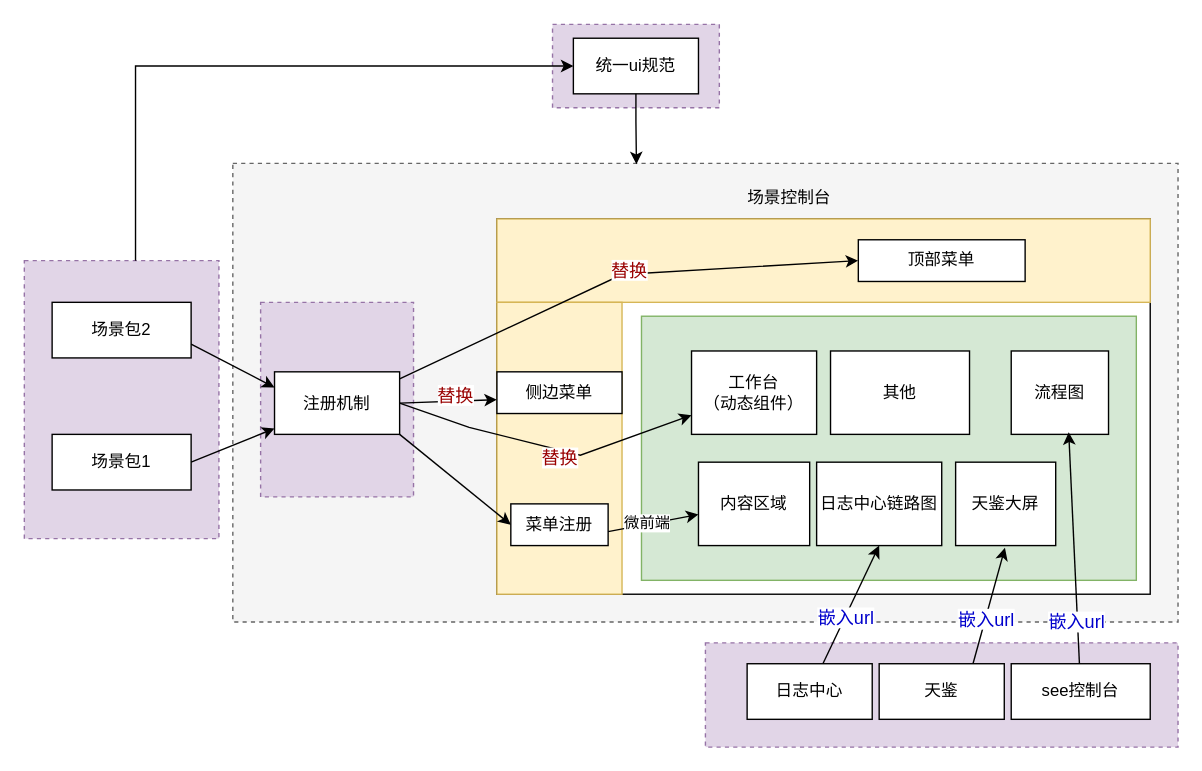
Before: 未命名绘图.drawio in HeyXml/draw.io, a draw.io diagram. Source tidied: cells renumbered, new cells numbered last; positions are measured from the earlier drawing's top-left corner, leaving out a move shared by most shapes. Both pictures are drawn from the tidied source at 139%, with x=0, y=0 at pixel (24, 24).
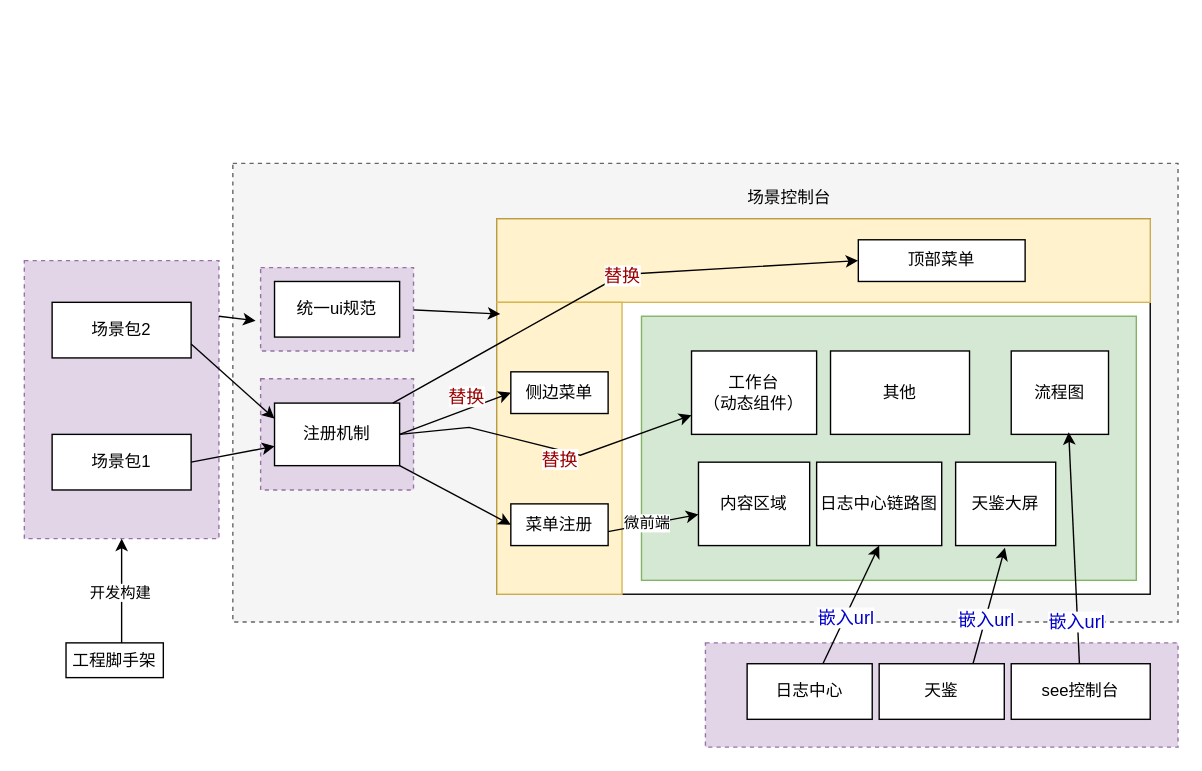
After the change.

Commit message:
更新未命名绘图.drawio

Unchanged cells that the change refers to:
```xml
<mxCell id="3" style="rounded=0;whiteSpace=wrap;html=1;fillColor=#f5f5f5;strokeColor=#666666;dashed=1;fontColor=#333333;" parent="1" vertex="1">
  <mxGeometry x="150" y="100" width="680" height="330" as="geometry" />
</mxCell>
<mxCell id="6" style="rounded=0;whiteSpace=wrap;html=1;fillColor=#e1d5e7;strokeColor=#9673a6;dashed=1;" parent="1" vertex="1">
  <mxGeometry y="170" width="140" height="200" as="geometry" />
</mxCell>
<mxCell id="8" style="rounded=0;whiteSpace=wrap;html=1;fillColor=#fff2cc;strokeColor=#d6b656;" parent="1" vertex="1">
  <mxGeometry x="340" y="140" width="470" height="60" as="geometry" />
</mxCell>
<mxCell id="9" style="rounded=0;whiteSpace=wrap;html=1;fillColor=#fff2cc;strokeColor=#d6b656;" parent="1" vertex="1">
  <mxGeometry x="340" y="200" width="90" height="210" as="geometry" />
</mxCell>
```

Diff of the diagram source:
```diff
@@
-    <mxCell id="2" style="rounded=0;whiteSpace=wrap;html=1;dashed=1;fillColor=#e1d5e7;strokeColor=#9673a6;" parent="1" vertex="1">
-      <mxGeometry x="380" width="120" height="60" as="geometry" />
-    </mxCell>
@@
     <mxCell id="5" style="rounded=0;whiteSpace=wrap;html=1;fillColor=#e1d5e7;strokeColor=#9673a6;dashed=1;" parent="1" vertex="1">
-      <mxGeometry x="170" y="200" width="110" height="140" as="geometry" />
+      <mxGeometry x="170" y="255" width="110" height="80" as="geometry" />
     </mxCell>
@@
     <mxCell id="11" value="侧边菜单" style="rounded=0;whiteSpace=wrap;html=1;" parent="1" vertex="1">
-      <mxGeometry x="340" y="250" width="90" height="30" as="geometry" />
+      <mxGeometry x="350" y="250" width="70" height="30" as="geometry" />
     </mxCell>
@@
     <mxCell id="14" value="注册机制" style="rounded=0;whiteSpace=wrap;html=1;" parent="1" vertex="1">
-      <mxGeometry x="180" y="250" width="90" height="45" as="geometry" />
+      <mxGeometry x="180" y="272.5" width="90" height="45" as="geometry" />
     </mxCell>
@@
-    <mxCell id="16" style="endArrow=classic;html=1;rounded=0;exitX=0.5;exitY=1;exitDx=0;exitDy=0;entryX=0.553;entryY=0.5;entryDx=0;entryDy=0;entryPerimeter=0;" parent="1" edge="1" target="8">
+    <mxCell id="16" style="endArrow=classic;html=1;rounded=0;entryX=0.553;entryY=0.5;entryDx=0;entryDy=0;entryPerimeter=0;" parent="1" edge="1" source="14" target="8">
       <mxGeometry relative="1" as="geometry">
-        <mxPoint x="270" y="255" as="sourcePoint" />
         <Array as="points">
           <mxPoint x="430" y="180" />
         </Array>
       </mxGeometry>
     </mxCell>
@@
-    <mxCell id="23" style="endArrow=classic;html=1;rounded=0;exitX=1;exitY=0.5;exitDx=0;exitDy=0;entryX=0.25;entryY=0;entryDx=0;entryDy=0;" parent="1" edge="1" source="14">
-      <mxGeometry relative="1" as="geometry">
-        <mxPoint x="340" y="270" as="targetPoint" />
-      </mxGeometry>
+    <mxCell id="23" style="endArrow=classic;html=1;rounded=0;exitX=1;exitY=0.5;exitDx=0;exitDy=0;entryX=0;entryY=0.5;entryDx=0;entryDy=0;" parent="1" edge="1" source="14" target="11">
+      <mxGeometry relative="1" as="geometry" />
     </mxCell>
@@
-    <mxCell id="44" value="统一ui规范" style="rounded=0;whiteSpace=wrap;html=1;" parent="1" vertex="1">
-      <mxGeometry x="395" y="10" width="90" height="40" as="geometry" />
-    </mxCell>
-    <mxCell id="45" style="endArrow=classic;html=1;rounded=0;entryX=0;entryY=0.5;entryDx=0;entryDy=0;" parent="1" edge="1" target="44">
+    <mxCell id="45" style="endArrow=classic;html=1;rounded=0;entryX=-0.033;entryY=0.637;entryDx=0;entryDy=0;entryPerimeter=0;" parent="1" edge="1" target="2">
       <mxGeometry relative="1" as="geometry">
-        <mxPoint x="80" y="170" as="sourcePoint" />
+        <mxPoint x="140" y="210" as="sourcePoint" />
         <Array as="points">
-          <mxPoint x="80" y="30" />
+          <mxPoint x="140" y="210" />
         </Array>
       </mxGeometry>
     </mxCell>
-    <mxCell id="46" style="endArrow=classic;html=1;rounded=0;exitX=0.5;exitY=1;exitDx=0;exitDy=0;entryX=0.427;entryY=0.002;entryDx=0;entryDy=0;entryPerimeter=0;" parent="1" edge="1" source="44" target="3">
-      <mxGeometry relative="1" as="geometry">
-        <Array as="points">
-          <mxPoint x="440" y="70" />
-        </Array>
-      </mxGeometry>
+    <mxCell id="46" style="endArrow=classic;html=1;rounded=0;exitX=1;exitY=0.5;exitDx=0;exitDy=0;entryX=0.027;entryY=0.04;entryDx=0;entryDy=0;entryPerimeter=0;" parent="1" edge="1" source="44" target="9">
+      <mxGeometry relative="1" as="geometry" />
     </mxCell>
+    <mxCell id="47" value="工程脚手架" style="rounded=0;whiteSpace=wrap;html=1;" parent="1" vertex="1">
+      <mxGeometry x="30" y="445" width="70" height="25" as="geometry" />
+    </mxCell>
+    <mxCell id="48" style="endArrow=classic;html=1;rounded=0;entryX=0.5;entryY=1;entryDx=0;entryDy=0;" parent="1" edge="1" target="6">
+      <mxGeometry relative="1" as="geometry">
+        <mxPoint x="70" y="445" as="sourcePoint" />
+      </mxGeometry>
+    </mxCell>
+    <mxCell id="49" value="开发构建" style="edgeLabel;html=1;align=center;verticalAlign=middle;" parent="48" vertex="1">
+      <mxGeometry x="-0.02" y="2" relative="1" as="geometry" />
+    </mxCell>
+    <mxCell id="2" style="rounded=0;whiteSpace=wrap;html=1;dashed=1;fillColor=#e1d5e7;strokeColor=#9673a6;" parent="1" vertex="1">
+      <mxGeometry x="170" y="175" width="110" height="60" as="geometry" />
+    </mxCell>
+    <mxCell id="44" value="统一ui规范" style="rounded=0;whiteSpace=wrap;html=1;" parent="1" vertex="1">
+      <mxGeometry x="180" y="185" width="90" height="40" as="geometry" />
+    </mxCell>
```
